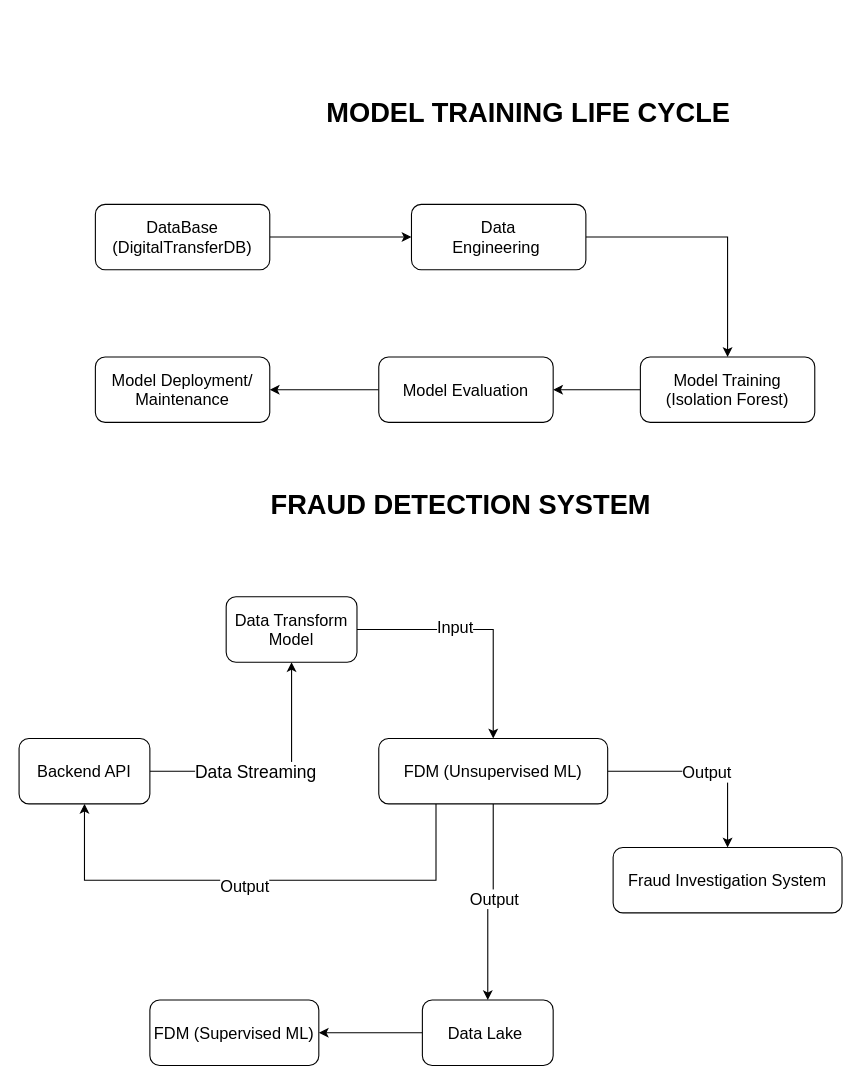
Earlier version of the draw.io diagram Untitled Diagram.drawio (OTDavid9/Credit_Fraud_Detection). Source tidied: cells renumbered, new cells numbered last; positions are measured from the earlier drawing's top-left corner, leaving out a move shared by most shapes. Both pictures are drawn from the tidied source at 109%, with x=0, y=0 at pixel (19, 95).
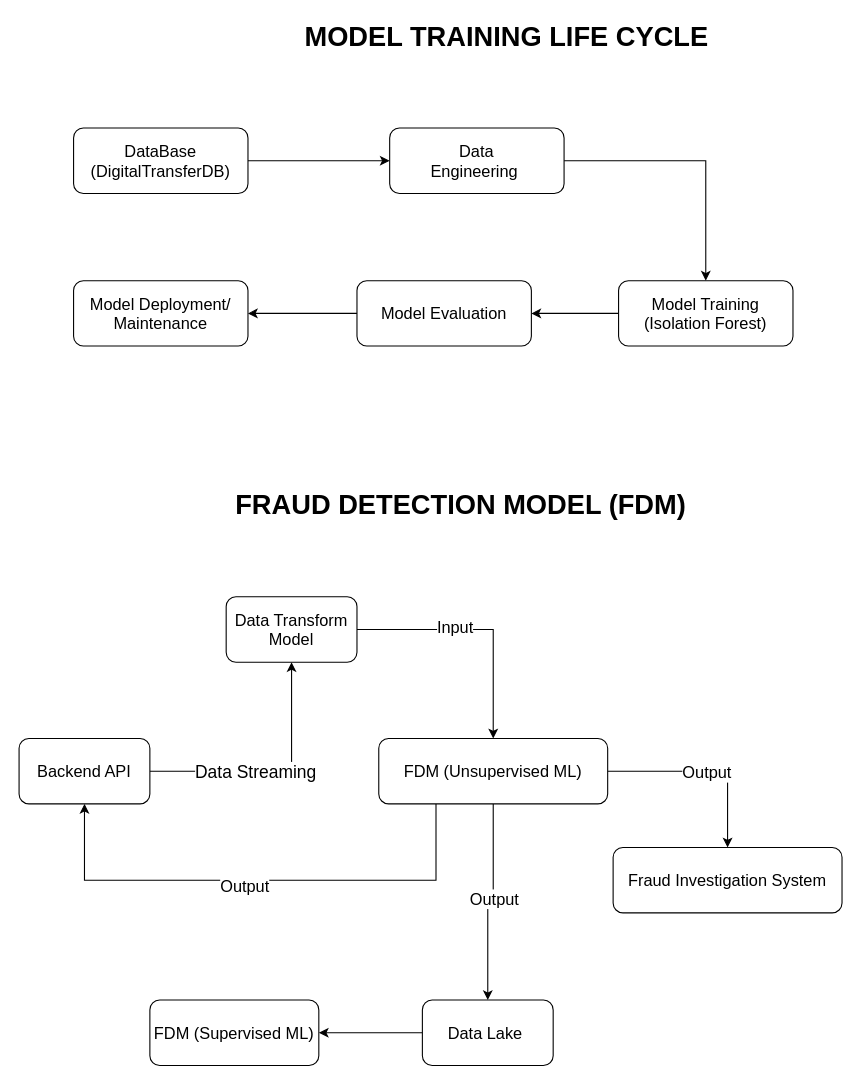
After the change.

Commit message:
Arch_FDm

Change to the diagram source:
```diff
@@
     <mxCell id="19" value="&lt;div&gt;&lt;span style=&quot;font-size: 15px;&quot;&gt;DataBase (&lt;/span&gt;&lt;span style=&quot;font-size: 15px; background-color: initial;&quot;&gt;DigitalTransferDB)&lt;/span&gt;&lt;/div&gt;" style="rounded=1;whiteSpace=wrap;html=1;" parent="1" vertex="1">
-      <mxGeometry x="70" y="100" width="160" height="60" as="geometry" />
+      <mxGeometry x="50" y="30" width="160" height="60" as="geometry" />
     </mxCell>
     <mxCell id="20" value="&lt;font size=&quot;1&quot; style=&quot;&quot;&gt;&lt;b style=&quot;font-size: 25px;&quot;&gt;MODEL TRAINING LIFE CYCLE&lt;/b&gt;&lt;/font&gt;" style="text;html=1;align=center;verticalAlign=middle;whiteSpace=wrap;rounded=0;" parent="1" vertex="1">
-      <mxGeometry x="265" width="405" height="30" as="geometry" />
+      <mxGeometry x="245" y="-70" width="405" height="30" as="geometry" />
     </mxCell>
@@
     <mxCell id="22" value="&lt;span style=&quot;font-size: 15px;&quot;&gt;Data&lt;/span&gt;&lt;div&gt;&lt;span style=&quot;font-size: 15px;&quot;&gt;Engineering&amp;nbsp;&lt;/span&gt;&lt;/div&gt;" style="rounded=1;whiteSpace=wrap;html=1;" parent="1" vertex="1">
-      <mxGeometry x="360" y="100" width="160" height="60" as="geometry" />
+      <mxGeometry x="340" y="30" width="160" height="60" as="geometry" />
     </mxCell>
@@
     <mxCell id="24" value="&lt;span style=&quot;font-size: 15px;&quot;&gt;Model Training&lt;/span&gt;&lt;div&gt;&lt;span style=&quot;font-size: 15px;&quot;&gt;(Isolation Forest)&lt;/span&gt;&lt;/div&gt;" style="rounded=1;whiteSpace=wrap;html=1;" parent="1" vertex="1">
-      <mxGeometry x="570" y="240" width="160" height="60" as="geometry" />
+      <mxGeometry x="550" y="170" width="160" height="60" as="geometry" />
     </mxCell>
@@
     <mxCell id="26" value="&lt;font style=&quot;font-size: 15px;&quot;&gt;Model Evaluation&lt;/font&gt;" style="whiteSpace=wrap;html=1;rounded=1;" parent="1" vertex="1">
-      <mxGeometry x="330" y="240" width="160" height="60" as="geometry" />
+      <mxGeometry x="310" y="170" width="160" height="60" as="geometry" />
     </mxCell>
     <mxCell id="27" value="&lt;div style=&quot;&quot;&gt;&lt;span style=&quot;font-size: 15px; background-color: initial;&quot;&gt;Model Deployment/&lt;/span&gt;&lt;/div&gt;&lt;div style=&quot;&quot;&gt;&lt;span style=&quot;font-size: 15px; background-color: initial;&quot;&gt;Maintenance&lt;/span&gt;&lt;/div&gt;" style="whiteSpace=wrap;html=1;rounded=1;align=center;" parent="1" vertex="1">
-      <mxGeometry x="70" y="240" width="160" height="60" as="geometry" />
+      <mxGeometry x="50" y="170" width="160" height="60" as="geometry" />
     </mxCell>
-    <mxCell id="28" value="&lt;b style=&quot;&quot;&gt;&lt;font style=&quot;font-size: 25px;&quot;&gt;FRAUD DETECTION SYSTEM&lt;/font&gt;&lt;/b&gt;" style="text;html=1;align=center;verticalAlign=middle;whiteSpace=wrap;rounded=0;" parent="1" vertex="1">
+    <mxCell id="28" value="&lt;b style=&quot;&quot;&gt;&lt;font style=&quot;font-size: 25px;&quot;&gt;FRAUD DETECTION MODEL (FDM)&lt;/font&gt;&lt;/b&gt;" style="text;html=1;align=center;verticalAlign=middle;whiteSpace=wrap;rounded=0;" parent="1" vertex="1">
       <mxGeometry x="183" y="360" width="445" height="30" as="geometry" />
     </mxCell>
```
